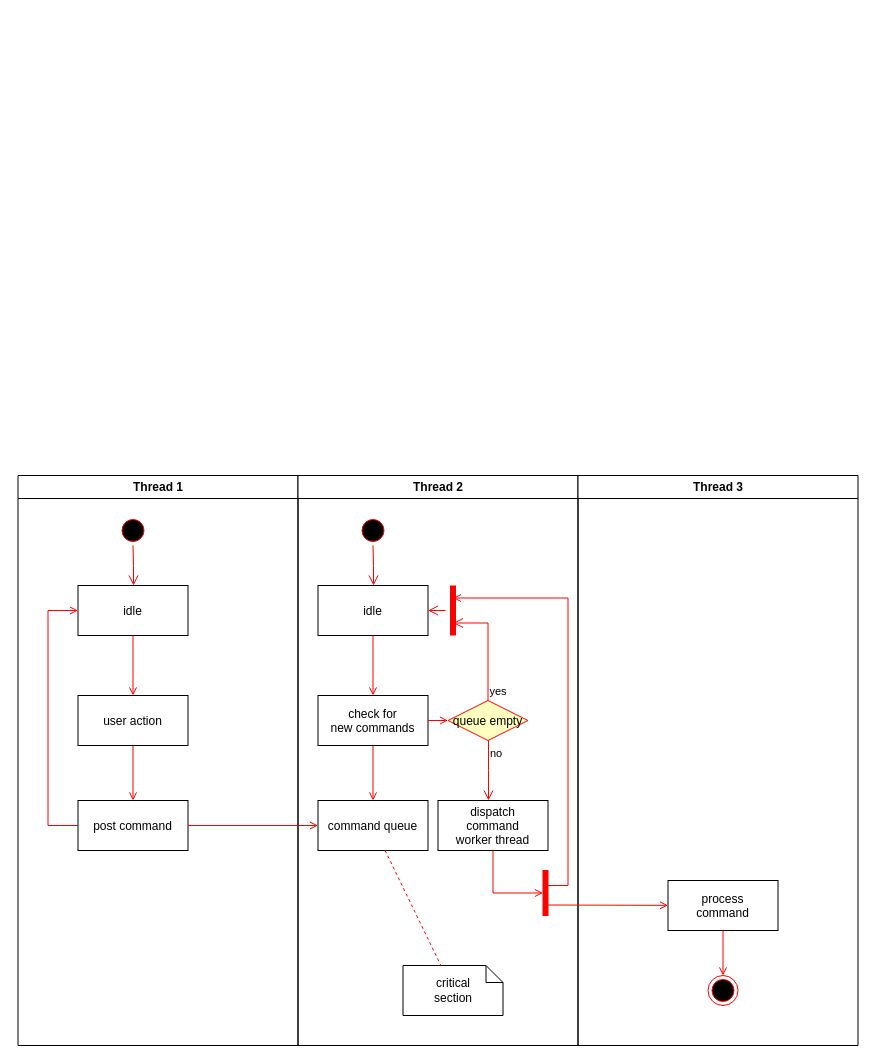
Agu-Bright/umldiagram keeps this draw.io diagram as Untitled Diagram.drawio. Above is the earlier version. Source tidied: cells renumbered, new cells numbered last; positions are measured from the earlier drawing's top-left corner, leaving out a move shared by most shapes. Both pictures are drawn from the tidied source at 100%, with x=0, y=0 at pixel (17, 475).
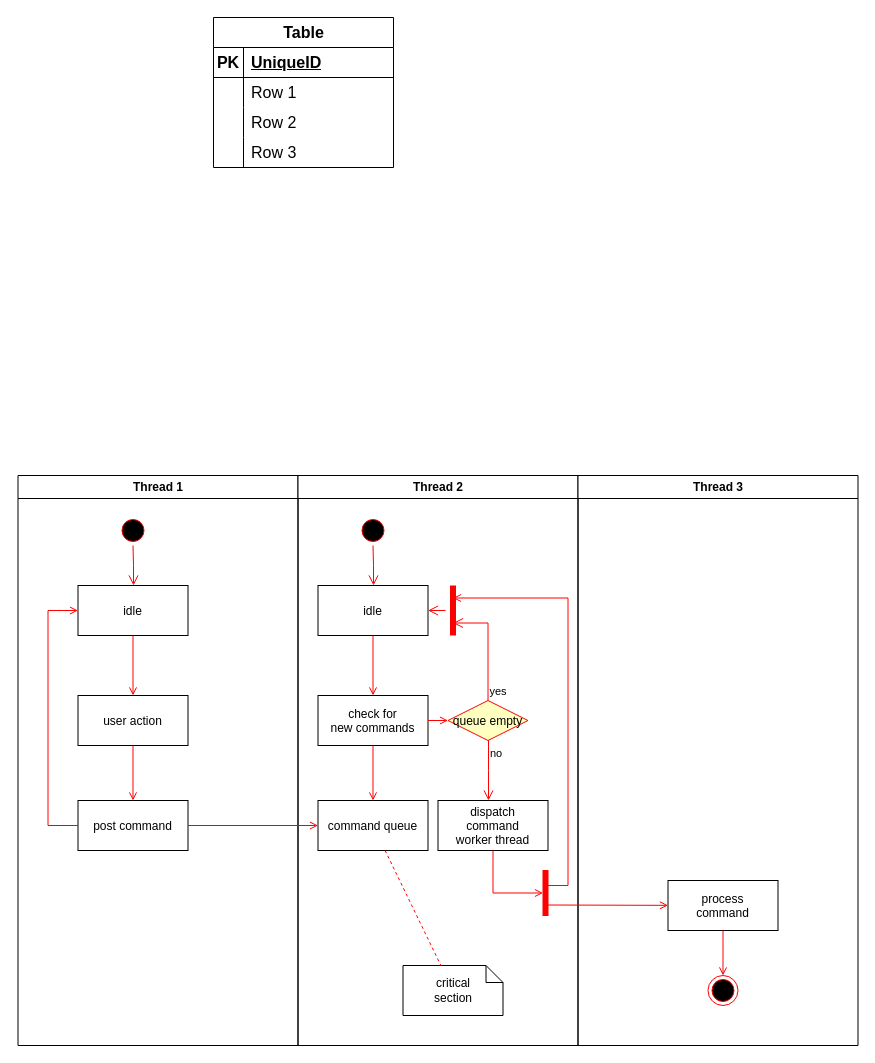
The same page after the edit.

What changed in the source:
```diff
@@
+    <mxCell id="37" value="Table" style="shape=table;startSize=30;childLayout=tableLayout;rowLines=0;fontStyle=1;align=center;html=1;fontSize=16;" parent="1" vertex="1">
+      <mxGeometry x="196" y="-458" width="180" height="150" as="geometry" />
+    </mxCell>
+    <mxCell id="38" style="shape=tableRow;horizontal=0;startSize=0;swimlaneHead=0;swimlaneBody=0;fillColor=none;top=0;left=0;right=0;bottom=1;fontSize=16;" parent="37" vertex="1">
+      <mxGeometry y="30" width="180" height="30" as="geometry" />
+    </mxCell>
+    <mxCell id="39" value="PK" style="shape=partialRectangle;fillColor=none;top=0;left=0;bottom=0;right=0;fontStyle=1;overflow=hidden;whiteSpace=wrap;html=1;fontSize=16;" parent="38" vertex="1">
+      <mxGeometry width="30" height="30" as="geometry" />
+    </mxCell>
+    <mxCell id="40" value="UniqueID" style="shape=partialRectangle;fillColor=none;top=0;left=0;bottom=0;right=0;align=left;spacingLeft=6;fontStyle=5;overflow=hidden;whiteSpace=wrap;html=1;fontSize=16;" parent="38" vertex="1">
+      <mxGeometry x="30" width="150" height="30" as="geometry" />
+    </mxCell>
+    <mxCell id="41" style="shape=tableRow;horizontal=0;startSize=0;swimlaneHead=0;swimlaneBody=0;fillColor=none;top=0;left=0;right=0;bottom=0;fontSize=16;" parent="37" vertex="1">
+      <mxGeometry y="60" width="180" height="30" as="geometry" />
+    </mxCell>
+    <mxCell id="42" style="shape=partialRectangle;fillColor=none;top=0;left=0;bottom=0;right=0;overflow=hidden;whiteSpace=wrap;html=1;fontSize=16;" parent="41" vertex="1">
+      <mxGeometry width="30" height="30" as="geometry" />
+    </mxCell>
+    <mxCell id="43" value="Row 1" style="shape=partialRectangle;fillColor=none;top=0;left=0;bottom=0;right=0;align=left;spacingLeft=6;overflow=hidden;whiteSpace=wrap;html=1;fontSize=16;" parent="41" vertex="1">
+      <mxGeometry x="30" width="150" height="30" as="geometry" />
+    </mxCell>
+    <mxCell id="44" style="shape=tableRow;horizontal=0;startSize=0;swimlaneHead=0;swimlaneBody=0;fillColor=none;top=0;left=0;right=0;bottom=0;fontSize=16;" parent="37" vertex="1">
+      <mxGeometry y="90" width="180" height="30" as="geometry" />
+    </mxCell>
+    <mxCell id="45" style="shape=partialRectangle;fillColor=none;top=0;left=0;bottom=0;right=0;overflow=hidden;whiteSpace=wrap;html=1;fontSize=16;" parent="44" vertex="1">
+      <mxGeometry width="30" height="30" as="geometry" />
+    </mxCell>
+    <mxCell id="46" value="Row 2" style="shape=partialRectangle;fillColor=none;top=0;left=0;bottom=0;right=0;align=left;spacingLeft=6;overflow=hidden;whiteSpace=wrap;html=1;fontSize=16;" parent="44" vertex="1">
+      <mxGeometry x="30" width="150" height="30" as="geometry" />
+    </mxCell>
+    <mxCell id="47" style="shape=tableRow;horizontal=0;startSize=0;swimlaneHead=0;swimlaneBody=0;fillColor=none;top=0;left=0;right=0;bottom=0;fontSize=16;" parent="37" vertex="1">
+      <mxGeometry y="120" width="180" height="30" as="geometry" />
+    </mxCell>
+    <mxCell id="48" style="shape=partialRectangle;fillColor=none;top=0;left=0;bottom=0;right=0;overflow=hidden;whiteSpace=wrap;html=1;fontSize=16;" parent="47" vertex="1">
+      <mxGeometry width="30" height="30" as="geometry" />
+    </mxCell>
+    <mxCell id="49" value="Row 3" style="shape=partialRectangle;fillColor=none;top=0;left=0;bottom=0;right=0;align=left;spacingLeft=6;overflow=hidden;whiteSpace=wrap;html=1;fontSize=16;" parent="47" vertex="1">
+      <mxGeometry x="30" width="150" height="30" as="geometry" />
+    </mxCell>
```
